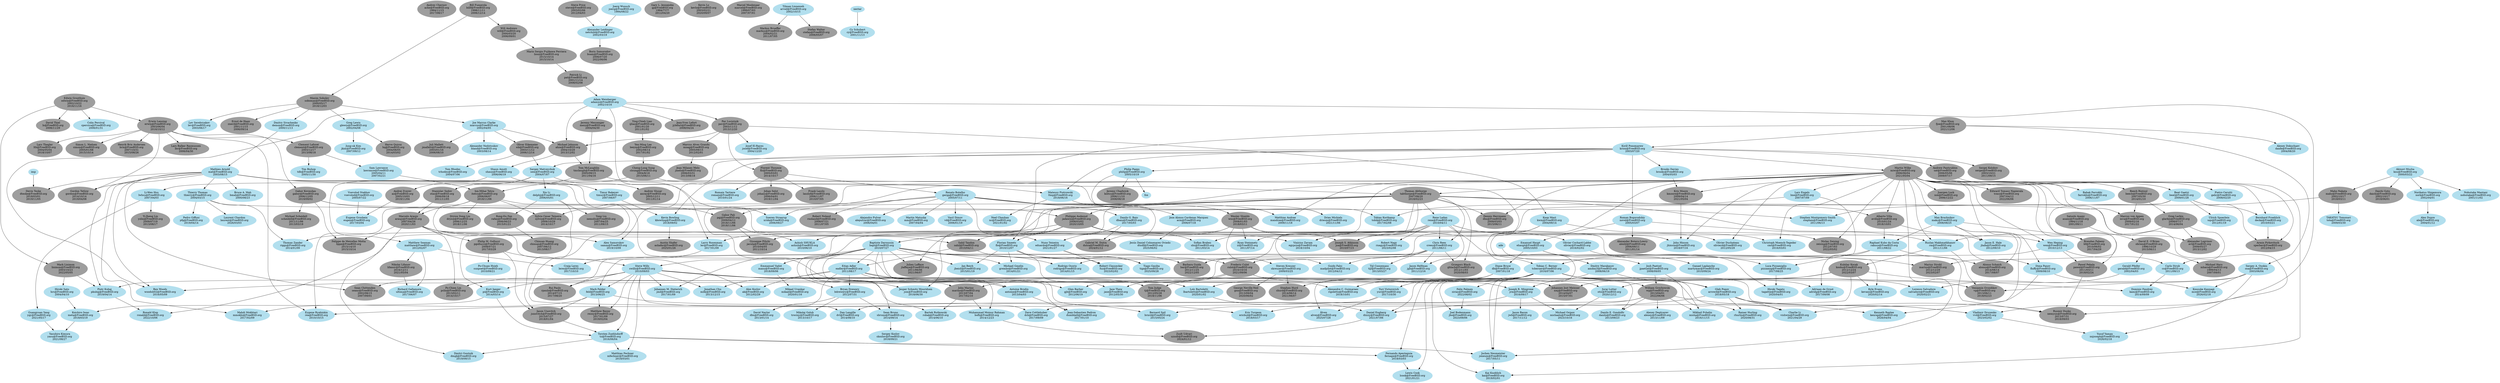
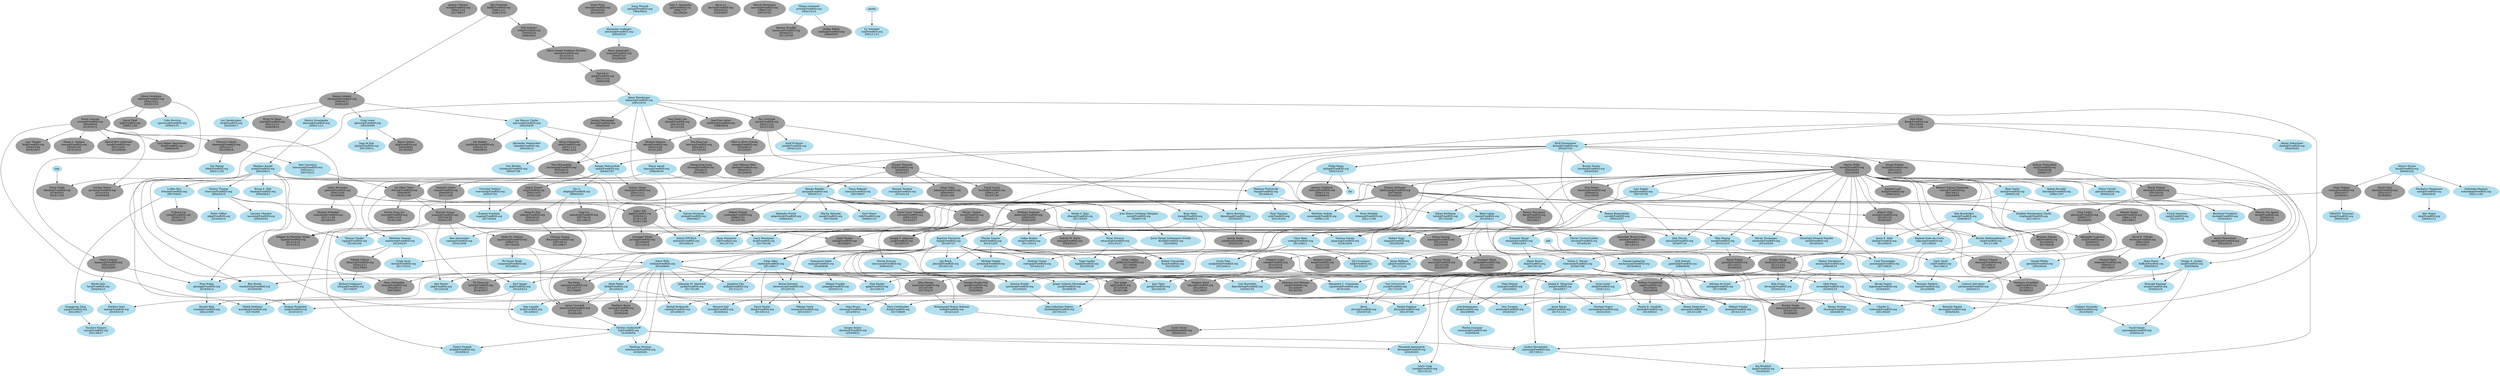

# This file is meant to list all FreeBSD ports committers and describe the
# mentor-mentee relationships between them.
# The graphical output can be generated from this file with the following
# command:
# $ dot -T png -o file.png committers-ports.dot
#
# The dot binary is part of the graphics/graphviz port.

digraph ports {

# Node definitions follow this example:
#
#   foo [label="Foo Bar\nfoo@FreeBSD.org\n????/??/??"]
#
# ????/??/?? is the date when the commit bit was obtained, usually the one you
# can find in git logs for the access file in the internal/admin branch.
# Use YYYY/MM/DD format.
#
# For returned commit bits, the node definition will follow this example:
#
#   foo [label="Foo Bar\nfoo@FreeBSD.org\n????/??/??\n????/??/??"]
#
# The first date is the same as for an active committer, the second date is
# the date when the commit bit has been returned. Again, check git logs.

node [color=grey62, style=filled, bgcolor=black];

# Alumni go here.. Try to keep things sorted.

ache [label="Andrey Chernov\nache@FreeBSD.org\n1994/11/15\n2017/08/17"]
ahze [label="Michael Johnson\nahze@FreeBSD.org\n2004/10/29\n2013/12/02"]
alexbl [label="Alexander Botero-Lowry\nalexbl@FreeBSD.org\n2006/09/11\n2011/01/14"]
alonso [label="Alonso Schaich\nalonso@FreeBSD.org\n2014/08/14\n2017/08/07"]
anray [label="Andrey Slusar\nanray@FreeBSD.org\n2005/12/11\n2011/01/14"]
araujo [label="Marcelo Araujo\naraujo@FreeBSD.org\n2007/04/26\n2020/11/03"]
asami [label="Satoshi Asami\nasami@FreeBSD.org\n1994/11/18\n2001/09/11"]
ashafer [label="Austin Shafer\nashafer@FreeBSD.org\n2025/01/26"]
avilla [label="Alberto Villa\navilla@FreeBSD.org\n2010/01/24\n2018/10/01"]
avl [label="Alexander Logvinov\navl@FreeBSD.org\n2009/05/27\n2013/12/02"]
az [label="Andrej Zverev\naz@FreeBSD.org\n2005/10/03\n2019/11/04"]
bar [label="Barbara Guida\nbar@FreeBSD.org\n2012/11/25\n2022/12/05"]
beech [label="Beech Rintoul\nbeech@FreeBSD.org\n2007/05/30\n2014/01/10"]
bf [label="Brendan Fabeny\nbf@FreeBSD.org\n2010/06/02\n2017/04/29"]
billf [label="Bill Fumerola\nbillf@FreeBSD.org\n1998/11/11\n2006/12/14"]
brix [label="Henrik Brix Andersen\nbrix@FreeBSD.org\n2007/10/31\n2015/08/26"]
bsam [label="Boris Samorodov\nbsam@FreeBSD.org\n2006/07/20\n2022/06/06"]
chinsan [label="Chinsan Huang\nchinsan@FreeBSD.org\n2007/06/12\n2013/08/17"]
clement [label="Clement Laforet\nclement@FreeBSD.org\n2003/12/17\n2013/08/18"]
clsung [label="Cheng-Lung Sung\nclsung@FreeBSD.org\n2004/8/18\n2015/06/11"]
culot [label="Frederic Culot\nculot@FreeBSD.org\n2010/10/16\n2021/09/06"]
daichi [label="Daichi Goto\ndaichi@FreeBSD.org\n2002/10/17\n2018/06/01"]
dhn [label="Dennis Herrmann\ndhn@FreeBSD.org\n2009/03/03\n2015/06/11"]
dryice [label="Dryice Dong Liu\ndryice@FreeBSD.org\n2006/12/25\n2018/11/06"]
dteske [label="Devin Teske\ndteske@FreeBSD.org\n2018/03/01\n2019/11/05"]
dutra [label="Gabriel M. Dutra\ndutra@FreeBSD.org\n2024/01/12"]
edwin [label="Edwin Groothuis\nedwin@FreeBSD.org\n2002/10/22\n2016/11/16"]
eik [label="Oliver Eikemeier\neik@FreeBSD.org\n2003/11/12\n2006/12/14"]
erwin [label="Erwin Lansing\nerwin@FreeBSD.org\n2003/06/04\n2016/10/12"]
fjoe [label="Max Khon\nfjoe@FreeBSD.org\n2001/08/06\n2021/12/06"]
flz [label="Florent Thoumie\nflz@FreeBSD.org\n2005/03/01\n2014/10/17"]
gabor [label="Gabor Kovesdan\ngabor@FreeBSD.org\n2006/12/05\n2019/09/02"]
gblach [label="Grzegorz Blach\ngblach@FreeBSD.org\n2012/11/03\n2020/08/03"]
gj [label="Gary L. Jennejohn\ngj@FreeBSD.org\n1994/??/??\n2012/04/20"]
glarkin [label="Greg Larkin\nglarkin@FreeBSD.org\n2008/07/17\n2014/06/04"]
gnn [label="George Neville-Neil\ngnn@FreeBSD.org\n2013/09/04\n2020/06/02"]
gordon [label="Gordon Tetlow\ngordon@FreeBSD.org\n2014/10/14\n2019/04/08"]
hq [label="Herve Quiroz\nhq@FreeBSD.org\n2004/08/05\n2014/03/02"]
ijliao [label="Ying-Chieh Liao\nijliao@FreeBSD.org\n2001/01/20\n2011/01/02"]
itetcu [label="Ion-Mihai Tetcu\nitetcu@FreeBSD.org\n2006/06/07\n2018/11/06"]
jacula [label="Giuseppe Pilichi\njacula@FreeBSD.org\n2010/04/05\n2011/10/14"]
jadawin [label="Philippe Audeoud\njadawin@FreeBSD.org\n2008/03/02\n2020/10/05"]
jlaffaye [label="Julien Laffaye\njlaffaye@FreeBSD.org\n2011/06/06\n2021/06/07"]
jmallett [label="Juli Mallett\njmallett@FreeBSD.org\n2003/01/16\n2006/08/10"]
jmelo [label="Jean Milanez Melo\njmelo@FreeBSD.org\n2006/03/31\n2013/08/18"]
johans [label="Johan Selst\njohans@FreeBSD.org\n2006/04/01\n2019/11/04"]
jsa [label="Joseph S. Atkinson\njsa@FreeBSD.org\n2010/07/15"]
junovitch [label="Jason Unovitch\njunovitch@FreeBSD.org\n2015/07/27\n2018/01/04"]
jylefort [label="Jean-Yves Lefort\njylefort@FreeBSD.org\n2008/04/24"]
kevlo [label="Kevin Lo\nkevlo@FreeBSD.org\n2003/02/21\n2020/09/07"]
kmoore [label="Kris Moore\nkmoore@FreeBSD.org\n2009/04/14\n2021/05/04"]
koitsu [label="Jeremy Chadwick\nkoitsu@FreeBSD.org\n2006/11/10\n2008/08/18"]
koobs [label="Kubilay Kocak\nkoobs@FreeBSD.org\n2012/12/24\n2022/03/07"]
laszlof [label="Frank Laszlo\nlaszlof@FreeBSD.org\n2006/11/07\n2010/07/05"]
lbr [label="Lars Balker Rasmussen\nlbr@FreeBSD.org\n2006/04/30"]
leeym [label="Yen-Ming Lee\nleeym@FreeBSD.org\n2002/08/14\n2017/01/02"]
lifanov [label="Nikolai Lifanov\nlifanov@FreeBSD.org\n2016/12/11\n2021/05/04"]
linimon [label="Mark Linimon\nlinimon@FreeBSD.org\n2003/10/23\n2022/05/05"]
lioux [label="Mario Sergio Fujikawa Ferriera\nlioux@FreeBSD.org\n2015/10/14\n2015/10/14"]
lippe [label="Felippe de Meirelles Motta\nlippe@FreeBSD.org\n2015/14/10\n2015/10/14"]
lth [label="Lars Thegler\nlth@FreeBSD.org\n2004/05/04\n2018/10/07"]
lx [label="David Thiel\nlx@FreeBSD.org\n2006/11/29"]
maho [label="Maho Nakata\nmaho@FreeBSD.org\n2002/10/17\n2018/03/11"]
marcel [label="Marcel Moolenaar\nmarcel@FreeBSD.org\n1999/07/03\n2007/07/01"]
marino [label="John Marino\nmarino@FreeBSD.org\n2013/07/04\n2017/02/10"]
marius [label="Marius Strobl\nmarius@FreeBSD.org\n2012/12/29\n2023/02/07"]
markus [label="Markus Brueffer\nmarkus@FreeBSD.org\n2004/02/21\n2011/07/05"]
mezz [label="Jeremy Messenger\nmezz@FreeBSD.org\n2004/04/30"]
mharo [label="Michael Haro\nmharo@FreeBSD.org\n1999/04/13\n2007/09/01"]
miwi [label="Martin Wilke\nmiwi@FreeBSD.org\n2006/06/04\n2021/05/04"]
mnag [label="Marcus Alves Grando\nmnag@FreeBSD.org\n2005/09/15\n2012/02/01"]
mva [label="Marcus von Appen\nmva@FreeBSD.org\n2009/02/16\n2017/01/22"]
nemoliu [label="Tong Liu\nnemoliu@FreeBSD.org\n2007/04/25\n2011/09/15"]
nemysis [label="Rusmir Dusko\nnemysis@FreeBSD.org\n2013/07/31\n2018/09/03"]
nox [label="Juergen Lock\nnox@FreeBSD.org\n2006/12/22"]
obrien [label="David E. O'Brien\nobrien@FreeBSD.org\n1996/10/29\n2015/06/11"]
pat [label="Patrick Li\npat@FreeBSD.org\n2001/11/14\n2008/02/08"]
pav [label="Pav Lucistnik\npav@FreeBSD.org\n2003/11/12\n2013/12/20"]
pawel [label="Pawel Pekala\npawel@FreeBSD.org\n2011/03/11\n2018/02/24"]
pclin [label="Po-Chien Lin\npclin@FreeBSD.org\n2013/02/11\n2014/10/17"]
pgj [label="Gabor Pali\npgj@FreeBSD.org\n2009/04/12\n2018/11/06\n2018/11/06"]
pgollucci [label="Philip M. Gollucci\npgollucci@FreeBSD.org\n2008/07/21\n2017/03/29"]
rafan [label="Rong-En Fan\nrafan@FreeBSD.org\n2006/06/23\n2015/01/21"]
rezny [label="Matthew Rezny\nrezny@FreeBSD.org\n2017/01/09\n2019/02/04"]
rnoland [label="Robert Noland\nrnoland@FreeBSD.org\n2008/07/21\n2011/07/05"]
rpaulo [label="Rui Paulo\nrpaulo@FreeBSD.org\n2014/07/15\n2017/08/20"]
sahil [label="Sahil Tandon\nsahil@FreeBSD.org\n2010/04/11"]
sat [label="Andrew Pantyukhin\nsat@FreeBSD.org\n2006/05/06\n2009/07/17"]
scheidell [label="Michael Scheidell\nscheidell@FreeBSD.org\n2011/11/06\n2013/03/19"]
seanc [label="Sean Chittenden\nseanc@FreeBSD.org\n2002/08/15\n2007/09/01"]
sergei [label="Sergei Kolobov\nsergei@FreeBSD.org\n2003/10/21\n2011/09/15"]
shurd [label="Stephen Hurd\nshurd@FreeBSD.org\n2014/06/14\n2021/06/07"]
simon [label="Simon L. Nielsen\nsimon@FreeBSD.org\n2005/01/08\n2015/10/14"]
sobomax [label="Maxim Sobolev\nsobomax@FreeBSD.org\n2000/05/17\n2018/12/03"]
sperber [label="Armin Pirkovitsch\nsperber@FreeBSD.org\n2012/04/15"]
stas [label="Stanislav Sedov\nstas@FreeBSD.org\n2006/09/18\n2011/11/05"]
stefan [label="Stefan Walter\nstefan@FreeBSD.org\n2006/05/07"]
steve [label="Steve Price\nsteve@FreeBSD.org\n2003/02/06\n2012/04/03"]
sylvio [label="Sylvio Cesar Teixeira\nsylvio@FreeBSD.org\n2009/10/29\n2014/10/17"]
tabthorpe [label="Thomas Abthorpe\ntabthorpe@FreeBSD.org\n2007/08/20\n2018/02/23"]
tj [label="Tom Judge\ntj@FreeBSD.org\n2012/05/28\n2018/11/06"]
tmclaugh [label="Tom McLaughlin\ntmclaugh@FreeBSD.org\n2005/09/15\n2011/04/16"]
trasz [label="Edward Tomasz Napierala\ntrasz@FreeBSD.org\n2007/04/12\n2022/06/06"]
uzsolt [label="Zsolt Udvari\nuzsolt@FreeBSD.org\n2024/01/12"]
vg [label="Veniamin Gvozdikov\nvg@FreeBSD.org\n2013/06/11\n2018/02/23"]
wg [label="William Grzybowski\nwg@FreeBSD.org\n2013/04/01\n2022/06/06"]
will [label="Will Andrews\nwill@FreeBSD.org\n2000/03/20\n2006/09/01"]
wxs [label="Wesley Shields\nwxs@FreeBSD.org\n2008/01/03\n2018/03/11"]
xmj [label="Johannes Jost Meixner\nxmj@FreeBSD.org\n2014/04/07\n2015/07/01"]
yzlin [label="Yi-Jheng Lin\nyzlin@FreeBSD.org\n2009/07/19\n2013/08/17"]
zeising [label="Niclas Zeising\nzeising@FreeBSD.org\n2012/07/03\n2022/05/02"]
znerd [label="Ernst de Haan\nznerd@FreeBSD.org\n2001/11/15\n2006/09/14"]

node [color=lightblue2, style=filled, bgcolor=black];

# Current ports committers go here. Try to keep things sorted.

"0mp" [label="Mateusz Piotrowski\n0mp@FreeBSD.org\n2018/06/16"]
acm [label="Jose Alonso Cardenas Marquez\nacm@FreeBSD.org\n2006/07/18"]
adamw [label="Adam Weinberger\nadamw@FreeBSD.org\n2002/10/16"]
adridg [label="Adriaan de Groot\nadridg@FreeBSD.org\n2017/09/08"]
ak [label="Alex Kozlov\nak@FreeBSD.org\n2012/02/29"]
ale [label="Alex Dupre\nale@FreeBSD.org\n2004/01/12"]
alepulver [label="Alejandro Pulver\nalepulver@FreeBSD.org\n2006/04/01"]
alexey [label="Alexey Degtyarev\nalexey@FreeBSD.org\n2013/11/09"]
alven [label="Älven\nalven@FreeBSD.org\n2025/07/28"]
amdmi3 [label="Dmitry Marakasov\namdmi3@FreeBSD.org\n2008/06/19"]
antoine [label="Antoine Brodin\nantoine@FreeBSD.org\n2013/04/03"]
arrowd [label="Gleb Popov\narrowd@FreeBSD.org\n2018/05/18"]
arved [label="Tilman Linneweh\narved@FreeBSD.org\n2002/10/15"]
ashish [label="Ashish SHUKLA\nashish@FreeBSD.org\n2010/06/10"]
bapt [label="Baptiste Daroussin\nbapt@FreeBSD.org\n2010/07/27"]
bdrewery [label="Bryan Drewery\nbdrewery@FreeBSD.org\n2012/07/31"]
beat [label="Beat Gaetzi\nbeat@FreeBSD.org\n2009/01/28"]
bland [label="Alexander Nedotsukov\nbland@FreeBSD.org\n2003/08/14"]
bmah [label="Bruce A. Mah\nbmah@FreeBSD.org\n2000/08/23"]
bofh [label="Muhammad Moinur Rahman\nbofh@FreeBSD.org\n2014/12/23"]
brnrd [label="Bernard Spil\nbrnrd@FreeBSD.org\n2015/05/24"]
brooks [label="Brooks Davies\nbrooks@FreeBSD.org\n2004/05/03"]
cmt [label="Christoph Moench-Tegeder\ncmt@FreeBSD.org\n2016/03/01"]
cperciva [label="Colin Percival\ncperciva@FreeBSD.org\n2006/01/31"]
+ cracauer [label="Martin Cracauer\ncracauer@FreeBSD.org\n2026/06/28"]
crees [label="Chris Rees\ncrees@FreeBSD.org\n2011/06/11"]
cs [label="Carlo Strub\ncs@FreeBSD.org\n2011/09/13"]
cy [label="Cy Schubert\ncy@FreeBSD.org\n2001/11/13"]
danfe [label="Alexey Dokuchaev\ndanfe@FreeBSD.org\n2004/08/20"]
danilo [label="Danilo E. Gondolfo\ndanilo@FreeBSD.org\n2013/09/23"]
db [label="Diane Bruce\ndb@FreeBSD.org\n2007/01/18"]
dbaio [label="Danilo G. Baio\ndbaio@FreeBSD.org\n2017/05/03"]
dbn [label="David Naylor\ndbn@FreeBSD.org\n2013/01/14"]
dch [label="Dave Cottlehuber\ndch@FreeBSD.org\n2017/09/09"]
decke [label="Bernhard Froehlich\ndecke@FreeBSD.org\n2010/03/21"]
delphij [label="Xin Li\ndelphij@FreeBSD.org\n2006/05/01"]
demon [label="Dmitry Sivachenko\ndemon@FreeBSD.org\n2000/11/13"]
diizzy [label="Daniel Engberg\ndiizzy@FreeBSD.org\n2021/07/06"]
dmgk [label="Dmitri Goutnik\ndmgk@FreeBSD.org\n2019/09/15"]
driesm [label="Dries Michiels\ndriesm@FreeBSD.org\n2021/11/06"]
dtxdf [label="Jesús Daniel Colmenares Oviedo\ndtxdf@FreeBSD.org\n2025/06/02"]
dumbbell [label="Jean-Sebastien Pedron\ndumbbell@FreeBSD.org\n2017/01/10"]
dvl [label="Dan Langille\ndvl@FreeBSD.org\n2014/08/10"]
eadler [label="Eitan Adler\neadler@FreeBSD.org\n2011/08/17"]
eduardo [label="Nuno Teixeira\neduardo@FreeBSD.org\n2021/01/27"]
egypcio [label="Vin&iacute;cius Zavam\negypcio@FreeBSD.org\n2018/10/04"]
ehaupt [label="Emanuel Haupt\nehaupt@FreeBSD.org\n2005/10/03"]
ericbsd [label="Eric Turgeon\nericbsd@FreeBSD.org\n2018/03/17"]
eugen [label="Eugene Grosbein\neugen@FreeBSD.org\n2017/03/04"]
farrokhi [label="Babak Farrokhi\nfarrokhi@FreeBSD.org\n2006/11/07"]
feld [label="Mark Felder\nfeld@FreeBSD.org\n2013/06/25"]
fernape [label="Fernando Apesteguia\nfernape@FreeBSD.org\n2018/03/03"]
flo [label="Florian Smeets\nflo@FreeBSD.org\n2010/12/07"]
fluffy [label="Dima Panov\nfluffy@FreeBSD.org\n2009/08/10"]
fuz [label="Robert Clausecker\nfuz@FreeBSD.org\n2023/02/02"]
gahr [label="Pietro Cerutti\ngahr@FreeBSD.org\n2008/02/20"]
garga [label="Renato Botelho\ngarga@FreeBSD.org\n2005/07/11"]
gerald [label="Gerald Pfeifer\ngerald@FreeBSD.org\n2002/04/03"]
gjb [label="Glen Barber\ngjb@FreeBSD.org\n2012/06/19"]
glewis [label="Greg Lewis\nglewis@FreeBSD.org\n2002/04/08"]
grembo [label="Michael Gmelin\ngrembo@FreeBSD.org\n2014/01/21"]
hrs [label="Hiroki Sato\nhrs@FreeBSD.org\n2004/04/10"]
jase [label="Jase Thew\njase@FreeBSD.org\n2012/05/30"]
jbeich [label="Jan Beich\njbeich@FreeBSD.org\n2015/01/19"]
jbo [label="Joel Bodenmann\njbo@FreeBSD.org\n2023/09/06"]
jgh [label="Jason Helfman\njgh@FreeBSD.org\n2011/12/16"]
jhale [label="Jason E. Hale\njhale@FreeBSD.org\n2012/09/10"]
jhixson [label="John Hixson\njhixson@FreeBSD.org\n2018/07/16"]
jkim [label="Jung-uk Kim\njkim@FreeBSD.org\n2007/09/12"]
jmd [label="Johannes M. Dieterich\njmd@FreeBSD.org\n2017/01/09"]
joerg [label="Joerg Wunsch\njoerg@FreeBSD.org\n1994/08/22"]
joneum [label="Jochen Neumeister\njoneum@FreeBSD.org\n2017/05/11"]
josef [label="Josef El-Rayes\njosef@FreeBSD.org\n2004/12/20"]
jpaetzel [label="Josh Paetzel\njpaetzel@FreeBSD.org\n2008/09/05"]
jrm [label="Joseph R. Mingrone\njrm@FreeBSD.org\n2016/09/17"]
jsm [label="Jesper Schmitz Mouridsen\njsm@FreeBSD.org\n2018/06/30"]
jwb [label="Jason Bacon\njwb@FreeBSD.org\n2017/11/12"]
kai [label="Kai Knoblich\nkai@FreeBSD.org\n2019/02/01"]
kami [label="Dominic Fandrey\nkami@FreeBSD.org\n2014/09/09"]
kbowling [label="Kevin Bowling\nkbowling@FreeBSD.org\n2018/09/02"]
kenrap [label="Kenneth Raplee\nkenrap@FreeBSD.org\n2026/04/04"]
kevans [label="Kyle Evans\nkevans@FreeBSD.org\n2020/02/14"]
knu [label="Akinori Musha\nknu@FreeBSD.org\n2000/03/22"]
krion [label="Kirill Ponomarew\nkrion@FreeBSD.org\n2003/07/20"]
kwm [label="Koop Mast\nkwm@FreeBSD.org\n2004/09/14"]
laurent [label="Laurent Chardon\nlaurent@FreeBSD.org\n2026/03/03"]
lawrance [label="Sam Lawrance\nlawrance@FreeBSD.org\n2005/04/11\n2007/02/21"]
lbartoletti [label="Loïc Bartoletti\nlbartoletti@FreeBSD.org\n2020/01/02"]
lcook [label="Lewis Cook\nlcook@FreeBSD.org\n2021/01/21"]
ler [label="Larry Rosenman\nler@FreeBSD.org\n2017/01/09"]
leres [label="Craig Leres\nleres@FreeBSD.org\n2017/10/10"]
lev [label="Lev Serebryakov\nlev@FreeBSD.org\n2003/06/17"]
lme [label="Lars Engels\nlme@FreeBSD.org\n2007/07/09"]
lwhsu [label="Li-Wen Hsu\nlwhsu@FreeBSD.org\n2007/04/03"]
madpilot [label="Guido Falsi\nmadpilot@FreeBSD.org\n2012/04/12"]
makc [label="Max Brazhnikov\nmakc@FreeBSD.org\n2008/08/25"]
mandree [label="Matthias Andree\nmandree@FreeBSD.org\n2009/11/18"]
manu [label="Emmanuel Vadot\nmanu@FreeBSD.org\n2018/09/06"]
marcus [label="Joe Marcus Clarke\nmarcus@FreeBSD.org\n2002/04/05"]
martymac [label="Ganael Laplanche\nmartymac@FreeBSD.org\n2010/09/24"]
mat [label="Mathieu Arnold\nmat@FreeBSD.org\n2003/08/15"]
matthew [label="Matthew Seaman\nmatthew@FreeBSD.org\n2012/02/07"]
mce [label="Kousuke Kannagi\nmce@FreeBSD.org\n2026/02/18"]
meta [label="Koichiro Iwao\nmeta@FreeBSD.org\n2018/03/19"]
mfechner [label="Matthias Fechner\nmfechner@FreeBSD.org\n2018/03/01"]
michaelo [label="Michael Osipov\nmichaelo@FreeBSD.org\n2023/10/16"]
mikael [label="Mikael Urankar\nmikael@FreeBSD.org\n2020/01/16"]
milki [label="Jonathan Chu\nmilki@FreeBSD.org\n2013/12/15"]
misha [label="Mikhail Pchelin\nmisha@FreeBSD.org\n2016/11/15"]
mm [label="Martin Matuska\nmm@FreeBSD.org\n2007/04/04"]
mmokhi [label="Mahdi Mokhtari\nmmokhi@FreeBSD.org\n2017/02/09"]
nc [label="Neel Chauhan\nnc@FreeBSD.org\n2021/01/02"]
netchild [label="Alexander Leidinger\nnetchild@FreeBSD.org\n2002/03/19"]
nobutaka [label="Nobutaka Mantani\nnobutaka@FreeBSD.org\n2001/11/02"]
nork [label="Norikatsu Shigemura\nnork@FreeBSD.org\n2002/04/01"]
novel [label="Roman Bogorodskiy\nnovel@FreeBSD.org\n2005/03/07"]
nxjoseph [label="Yusuf Yaman\nnxjoseph@FreeBSD.org\n2026/02/18"]
olivier [label="Olivier Cochard-Labbe\nolivier@FreeBSD.org\n2016/02/02"]
olivierd [label="Olivier Duchateau\nolivierd@FreeBSD.org\n2012/05/29"]
osa [label="Sergey A. Osokin\nosa@FreeBSD.org\n2003/06/04"]
otis [label="Juraj Lutter\notis@FreeBSD.org\n2020/12/12"]
pfg [label="Pedro Giffuni\npfg@FreeBSD.org\n2019/04/14"]
philip [label="Philip Paeps\nphilip@FreeBSD.org\n2005/10/19"]
pi [label="Kurt Jaeger\npi@FreeBSD.org\n2014/03/14"]
pizzamig [label="Luca Pizzamiglio\npizzamig@FreeBSD.org\n2017/08/25"]
pkubaj [label="Piotr Kubaj\npkubaj@FreeBSD.org\n2019/04/14"]
rakuco [label="Raphael Kubo da Costa\nrakuco@FreeBSD.org\n2011/08/22"]
rea [label="Eygene Ryabinkin\nrea@FreeBSD.org\n2010/10/15"]
rene [label="Rene Ladan\nrene@FreeBSD.org\n2010/04/11"]
rhurlin [label="Rainer Hurling\nrhurlin@FreeBSD.org\n2020/08/31"]
riggs [label="Thomas Zander\nriggs@FreeBSD.org\n2014/01/09"]
rigoletto [label="Alexandre C. Guimaraes\nrigoletto@FreeBSD.org\n2018/10/01"]
rm [label="Ruslan Makhmatkhanov\nrm@FreeBSD.org\n2011/11/06"]
rnagy [label="Robert Nagy\nrnagy@FreeBSD.org\n2023/02/08"]
robak [label="Bartek Rutkowski\nrobak@FreeBSD.org\n2014/06/10"]
rodrigo [label="Rodrigo Osorio\nrodrigo@FreeBSD.org\n2014/01/15"]
romain [label="Romain Tartiere\nromain@FreeBSD.org\n2010/01/24"]
ronald [label="Ronald Klop\nronald@FreeBSD.org\n2022/10/06"]
salvadore [label="Lorenzo Salvadore\nsalvadore@FreeBSD.org\n2020/02/21"]
samm [label="Alex Samorukov\nsamm@FreeBSD.org\n2019/10/09"]
sbruno [label="Sean Bruno\nsbruno@FreeBSD.org\n2014/09/14"]
sbz [label="Sofian Brabez\nsbz@FreeBSD.org\n2011/03/14"]
sem [label="Sergey Matveychuk\nsem@FreeBSD.org\n2004/07/07"]
shaun [label="Shaun Amott\nshaun@FreeBSD.org\n2006/06/19"]
skozlov [label="Sergey Kozlov\nskozlov@FreeBSD.org\n2018/09/21"]
skreuzer [label="Steven Kreuzer\nskreuzer@FreeBSD.org\n2009/03/25"]
stephen [label="Stephen Montgomery-Smith\nstephen@FreeBSD.org\n2011/06/13"]
sunpoet [label="Po-Chuan Hsieh\nsunpoet@FreeBSD.org\n2010/09/21"]
swills [label="Steve Wills\nswills@FreeBSD.org\n2010/09/03"]
tagattie [label="Hiroki Tagato\ntagattie@FreeBSD.org\n2020/04/01"]
tcberner [label="Tobias C. Berner\ntcberner@FreeBSD.org\n2016/07/06"]
tdb [label="Tim Bishop\ntdb@FreeBSD.org\n2005/11/30"]
thierry [label="Thierry Thomas\nthierry@FreeBSD.org\n2004/03/15"]
tiga [label="Tiago Gasiba\ntiga@FreeBSD.org\n2025/09/28"]
tijl [label="Tijl Coosemans\ntijl@FreeBSD.org\n2013/03/27"]
timur [label="Timur Bakeyev\ntimur@FreeBSD.org\n2007/06/07"]
tobik [label="Tobias Kortkamp\ntobik@FreeBSD.org\n2017/02/08"]
tota [label="TAKATSU Tomonari\ntota@FreeBSD.org\n2009/03/30"]
trhodes [label="Tom Rhodes\ntrhodes@FreeBSD.org\n2004/07/06"]
trociny [label="Mikolaj Golub\ntrociny@FreeBSD.org\n2013/10/17"]
tz [label="Torsten Zuehlsdorff\ntz@FreeBSD.org\n2016/06/04"]
ultima [label="Richard Gallamore\nultima@FreeBSD.org\n2017/06/07"]
uqs [label="Ulrich Spoerlein\nuqs@FreeBSD.org\n2012/01/19"]
vd [label="Vasil Dimov\nvd@FreeBSD.org\n2006/01/19"]
vvd [label="Vladimir Druzenko\nvvd@FreeBSD.org\n2023/02/02"]
vishwin [label="Charlie Li\nvishwin@FreeBSD.org\n2021/04/29"]
vsevolod [label="Vsevolod Stakhov\nvsevolod@FreeBSD.org\n2005/07/22"]
wen [label="Wen Heping\nwen@FreeBSD.org\n2010/12/13"]
woodsb02 [label="Ben Woods\nwoodsb02@FreeBSD.org\n2016/05/09"]
xride [label="Soeren Straarup\nxride@FreeBSD.org\n2006/09/27"]
yasu [label="Yasuhiro Kimura\nyasu@FreeBSD.org\n2021/08/27"]
ygy [label="Guangyuan Yang\nygy@FreeBSD.org\n2021/05/17"]
yuri [label="Yuri Victorovich\nyuri@FreeBSD.org\n2017/10/30"]
zi [label="Ryan Steinmetz\nzi@FreeBSD.org\n2011/07/14"]
zirias [label="Felix Palmen\nzirias@FreeBSD.org\n2022/08/02"]

# Here are the mentor/mentee relationships.
# Group together all the mentees for a particular mentor.
# Keep the list sorted by mentor login.

"0mp" -> driesm
"0mp" -> nc

acm -> dtxdf

adamw -> ahze
adamw -> jylefort
adamw -> ler
adamw -> mezz
adamw -> pav
adamw -> vvd
adamw -> woodsb02

ade -> jpaetzel

ahze -> shaun
ahze -> tmclaugh

amdmi3 -> jrm
amdmi3 -> arrowd

antoine -> dumbbell

araujo -> dmgk
araujo -> egypcio
araujo -> jhixson
araujo -> lippe
araujo -> pclin
araujo -> pgollucci
araujo -> samm

arrowd -> diizzy
arrowd -> kenrap
arrowd -> rhurlin
arrowd -> vishwin
arrowd -> vvd

arved -> markus
arved -> stefan

asami -> obrien

avilla -> jhale
avilla -> rakuco

az -> eugen

bdrewery -> dbn
bdrewery -> sbruno
bdrewery -> trociny

bapt -> bdrewery
bapt -> bofh
bapt -> dumbbell
bapt -> eadler
bapt -> ericbsd
bapt -> grembo
bapt -> jbeich
bapt -> jlaffaye
bapt -> kevans
bapt -> manu
bapt -> marius
bapt -> marino
bapt -> rodrigo
bapt -> rpaulo
bapt -> sbruno

beat -> decke
beat -> egypcio
beat -> marius
beat -> sperber
beat -> uqs

beech -> glarkin
beech -> mva

billf -> sobomax
billf -> will

bofh -> uzsolt

brooks -> kmoore

clement -> tdb
clement -> lawrance

clsung -> lwhsu
clsung -> tabthorpe

crees -> feld
crees -> gjb
crees -> jgh
crees -> madpilot
crees -> gblach
crees -> tijl

cs -> kami

culot -> danilo
culot -> jase
culot -> marino
culot -> pi
culot -> wg

db -> alven
db -> tj
db -> shurd

dbaio -> dutra
dbaio -> eduardo

decke -> sperber

delphij -> junovitch
delphij -> nemoliu
delphij -> rafan

demon -> mat

diizzy -> uzsolt

eadler -> ak
eadler -> antoine
eadler -> dbn
eadler -> bdrewery
eadler -> gjb
eadler -> milki
eadler -> tj
eadler -> vg

eduardo -> fuz
eduardo -> tiga

edwin -> cperciva
edwin -> erwin
edwin -> linimon
edwin -> lx

ehaupt -> db
ehaupt -> martymac
ehaupt -> tagattie

eik -> sem
eik -> trhodes

erwin -> brix
erwin -> clement
erwin -> gabor
erwin -> gordon
erwin -> lbr
erwin -> lth
erwin -> rea
erwin -> simon

feld -> brnrd
feld -> junovitch
feld -> mmokhi
feld -> rezny

fernape -> lcook

fjoe -> danfe
fjoe -> flo
fjoe -> krion
fjoe -> osa

flo -> bar
flo -> fuz
flo -> jase
flo -> jbeich
flo -> grembo
flo -> tiga

fluffy -> mce
fluffy -> vishwin

flz -> garga
flz -> johans
flz -> laszlof
flz -> romain

jpaetzel -> misha
jpaetzel -> wg

gabor -> lippe
gabor -> pgj
gabor -> stephen
gabor -> scheidell

garga -> acm
garga -> alepulver
garga -> dbaio
garga -> dutra
garga -> eduardo
garga -> mandree
garga -> mm
garga -> rea
garga -> rnoland
garga -> vd
garga -> wxs
garga -> xride

gerald -> salvadore

glarkin -> avl
glarkin -> cs
glarkin -> rm

glewis -> hq
glewis -> jkim

hrs -> meta

ijliao -> leeym

imp -> dteske

itetcu -> ak
itetcu -> araujo
itetcu -> dryice
itetcu -> sahil
itetcu -> sylvio

jadawin -> bapt
jadawin -> flo
jadawin -> olivier
jadawin -> pi
jadawin -> riggs
jadawin -> sbz
jadawin -> wen

+ jbo -> cracauer
+ 
joerg -> netchild

joneum -> kai

jrm -> dch
jrm -> jwb
jrm -> michaelo

junovitch -> tz

kbowling -> ashafer

kmoore -> jhixson

knu -> daichi
knu -> maho
knu -> nobutaka
knu -> nork

koobs -> brnrd
koobs -> kami
koobs -> kevans
koobs -> woodsb02
koobs -> xmj

krion -> "0mp"
krion -> brooks
krion -> kbowling
krion -> miwi
krion -> novel
krion -> philip
krion -> samm
krion -> sat
krion -> sem
krion -> sergei

kwm -> jsa
kwm -> rodrigo
kwm -> zeising

lawrance -> itetcu

lbartoletti -> diizzy

leeym -> clsung

ler -> leres

lifanov -> ultima

linimon -> hrs
linimon -> pkubaj

lioux -> pat

lme -> pizzamig
lme -> tobik

lwhsu -> ygy
lwhsu -> yzlin

maho -> stephen
maho -> tota

manu -> mikael

marcus -> ahze
marcus -> bland
marcus -> eik
marcus -> jmallett

marino -> bofh
marino -> robak

makc -> alonso
makc -> bf
makc -> jhale
makc -> kenrap
makc -> rakuco

mat -> "0mp"
mat -> bmah
mat -> dteske
mat -> dvl
mat -> gordon
mat -> mmokhi
mat -> seanc
mat -> tcberner
mat -> thierry
mat -> tobik
mat -> woodsb02
mat -> rigoletto
mat -> pkubaj

matthew -> leres
matthew -> lifanov
matthew -> ultima

meta -> yasu

mezz -> tmclaugh

miwi -> amdmi3
miwi -> antoine
miwi -> avilla
miwi -> beat
miwi -> bf
miwi -> cmt
miwi -> decke
miwi -> dhn
miwi -> farrokhi
miwi -> fluffy
miwi -> gahr
miwi -> jhixson
miwi -> joneum
miwi -> jsm
miwi -> kai
miwi -> kmoore
miwi -> lme
miwi -> makc
miwi -> mandree
miwi -> mva
miwi -> nemysis
miwi -> nox
miwi -> olivierd
miwi -> pawel
miwi -> rm
miwi -> sbz
miwi -> sperber
miwi -> sylvio
miwi -> tabthorpe
miwi -> trasz
miwi -> wen
miwi -> zeising

mnag -> jmelo

nectar -> cy

netchild -> bsam

nork -> ale

novel -> alexbl
novel -> ehaupt
novel -> rm

obrien -> mharo
obrien -> gerald

olivier -> pizzamig

osa -> mce
osa -> nxjoseph
osa -> otis
osa -> vg

otis -> michaelo

pat -> adamw

pav -> ahze
pav -> flz
pav -> josef
pav -> kwm
pav -> mnag

pawel -> nemysis

pgj -> ashish
pgj -> jacula

pgollucci -> junovitch
pgollucci -> sunpoet
pgollucci -> swills

philip -> driesm
philip -> fox
philip -> koitsu

pi -> meta
pi -> tz

pizzamig -> tagattie

pkubaj -> ronald

rafan -> chinsan

rakuco -> adridg
rakuco -> alonso
rakuco -> tcberner

rene -> bar
rene -> cmt
rene -> crees
rene -> egypcio
rene -> jgh
rene -> jmd
rene -> joneum
rene -> ler
rene -> olivierd
rene -> ronald
rene -> rnagy

rm -> koobs
rm -> vg

sahil -> culot
sahil -> eadler

sat -> beech

sbruno -> skozlov

sem -> az
sem -> anray
sem -> delphij
sem -> stas

shaun -> timur
shaun -> matthew

skreuzer -> gnn
skreuzer -> shurd

sobomax -> demon
sobomax -> glewis
sobomax -> lev
sobomax -> marcus
sobomax -> znerd

stas -> araujo

steve -> netchild

swills -> dch
swills -> feld
swills -> jmd
swills -> jrm
swills -> jsm
swills -> lbartoletti
swills -> mfechner
swills -> milki
swills -> otis
swills -> pclin
swills -> rezny
swills -> robak
swills -> rpaulo
swills -> seanc
swills -> tz
swills -> xmj

tabthorpe -> ashish
tabthorpe -> avilla
tabthorpe -> avl
tabthorpe -> bapt
tabthorpe -> crees
tabthorpe -> dhn
tabthorpe -> fluffy
tabthorpe -> jacula
tabthorpe -> jadawin
tabthorpe -> jlaffaye
tabthorpe -> madpilot
tabthorpe -> pgj
tabthorpe -> rene
tabthorpe -> zi
tabthorpe -> gblach

tcberner -> adridg
tcberner -> arrowd
tcberner -> diizzy
tcberner -> fernape
tcberner -> jbo
tcberner -> joneum
tcberner -> kai
tcberner -> lbartoletti
tcberner -> lcook
tcberner -> pkubaj
tcberner -> rhurlin
tcberner -> rigoletto
tcberner -> salvadore
tcberner -> vishwin
tcberner -> vvd
tcberner -> yuri
tcberner -> zirias

thierry -> jadawin
thierry -> laurent
thierry -> pfg
thierry -> riggs

timur -> kbowling

tmclaugh -> itetcu
tmclaugh -> xride

tz -> dmgk
tz -> joneum
tz -> fernape
tz -> mfechner

vsevolod -> eugen

vvd -> nxjoseph

wen -> cs
wen -> culot
wen -> pawel

wg -> alexey
wg -> danilo
wg -> dvl
wg -> ericbsd
wg -> misha
wg -> nemysis

will -> lioux

wxs -> jsa
wxs -> nemysis
wxs -> sahil
wxs -> skreuzer
wxs -> swills
wxs -> zi

ygy -> yasu

yuri -> alven
yuri -> rea

zirias -> jbo

}
